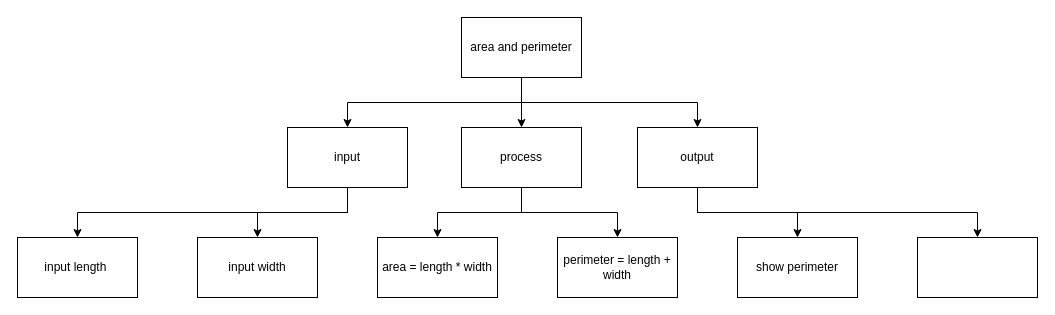
Earlier version of the draw.io diagram plan.drawio (devin-jhu/ICS3U-Unit2-02-Python). Source tidied: cells renumbered, new cells numbered last; positions are measured from the earlier drawing's top-left corner, leaving out a move shared by most shapes. Both pictures are drawn from the tidied source at 100%, with x=0, y=0 at pixel (17, 17).
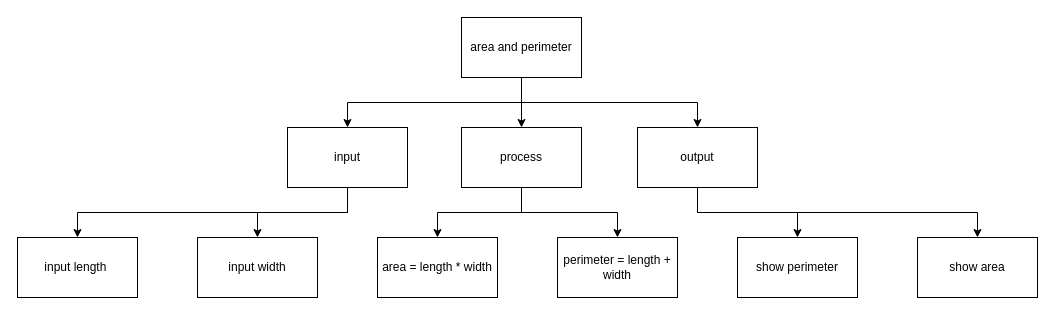
The same diagram, later.

Commit message:
why not

Diff of the diagram source:
```diff
@@
-    <mxCell id="20" style="rounded=0;whiteSpace=wrap;html=1;" parent="1" vertex="1">
+    <mxCell id="20" value="show area" style="rounded=0;whiteSpace=wrap;html=1;" parent="1" vertex="1">
       <mxGeometry x="900" y="220" width="120" height="60" as="geometry" />
     </mxCell>
```
